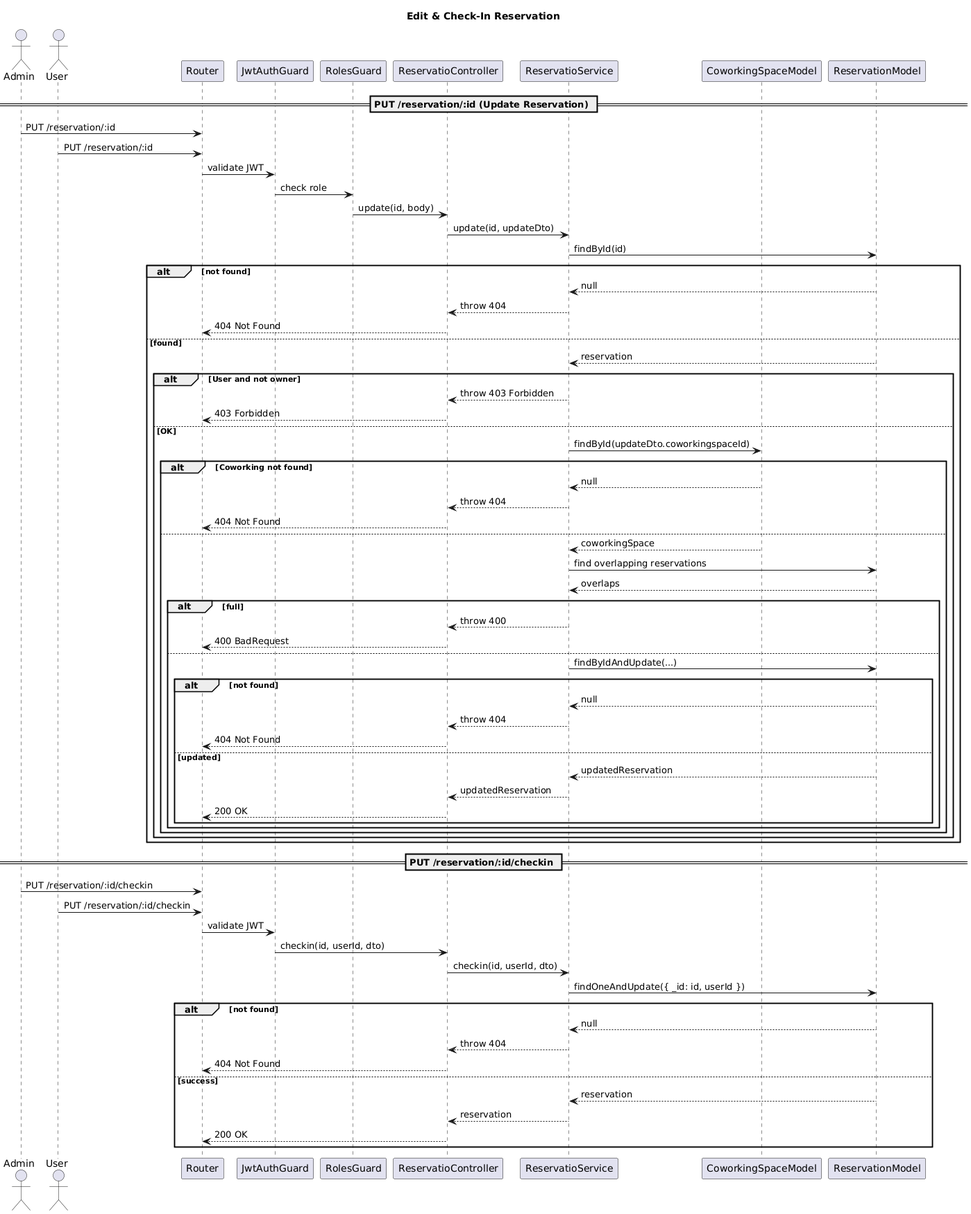
Before: puml/allEditReservation.png, a diagram exported from PlantUML (tusaunyapat/coworkingspace-reservation).
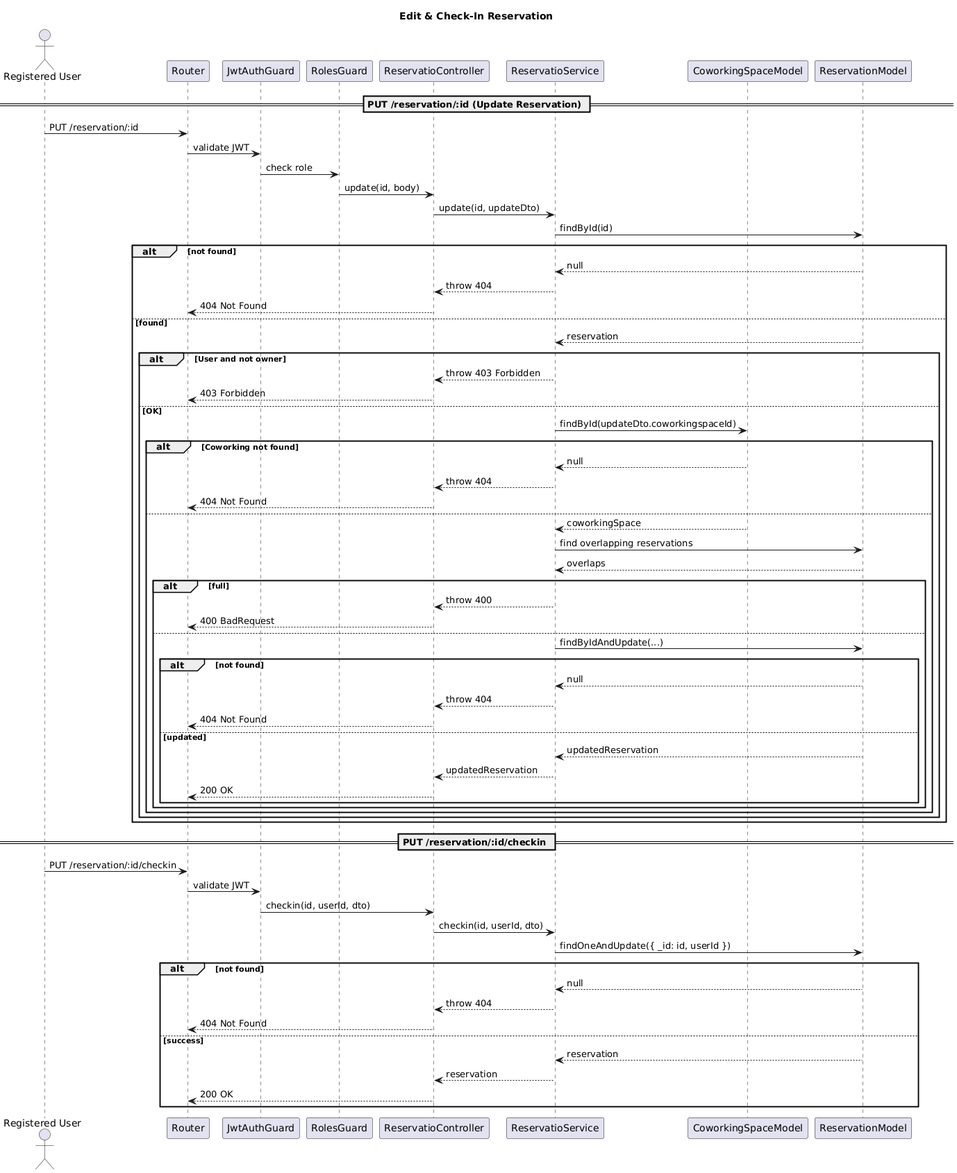
The same file after the commit.

The edit, as a diff of the source:
```diff
@@ -1,8 +1,7 @@
 @startuml
 title Edit & Check-In Reservation
 
-actor Admin
-actor User
+actor "Registered User" as User
 
 participant "Router" as Router
 participant "JwtAuthGuard" as AuthGuard
@@ -15,7 +14,6 @@
 == PUT /reservation/:id (Update Reservation) ==
 
 
-Admin -> Router: PUT /reservation/:id
 
 User -> Router: PUT /reservation/:id
 
@@ -65,7 +63,6 @@
 end
 
 == PUT /reservation/:id/checkin ==
-Admin -> Router: PUT /reservation/:id/checkin
 User -> Router: PUT /reservation/:id/checkin
 Router -> AuthGuard: validate JWT
 AuthGuard -> Controller: checkin(id, userId, dto)
```
